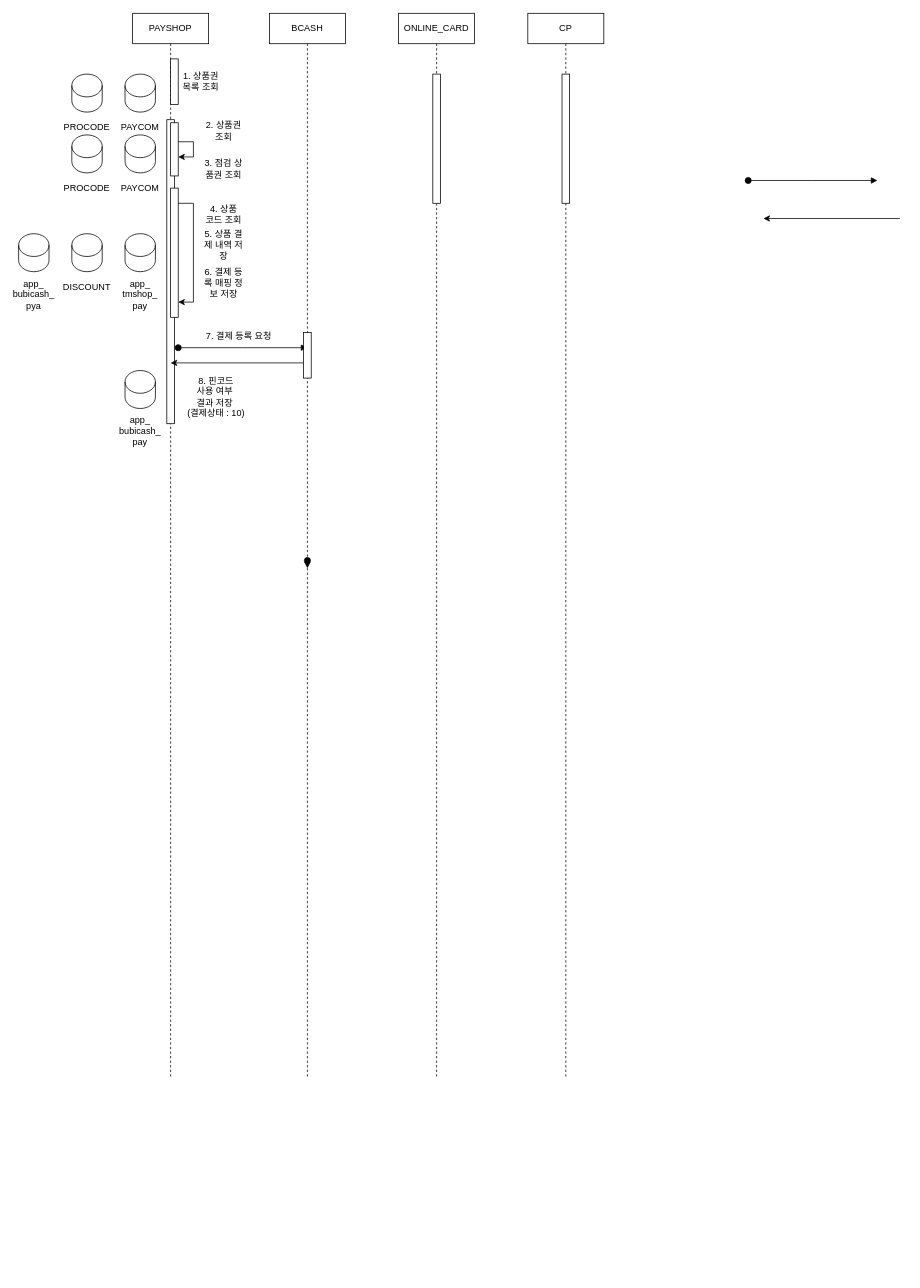
cmkxak/devRoutine-web keeps this draw.io diagram as 제목 없는 다이어그램.drawio. Above is the earlier version. Source tidied: cells renumbered, new cells numbered last; positions are measured from the earlier drawing's top-left corner, leaving out a move shared by most shapes. Both pictures are drawn from the tidied source at 76%, with x=0, y=0 at pixel (18, 13).
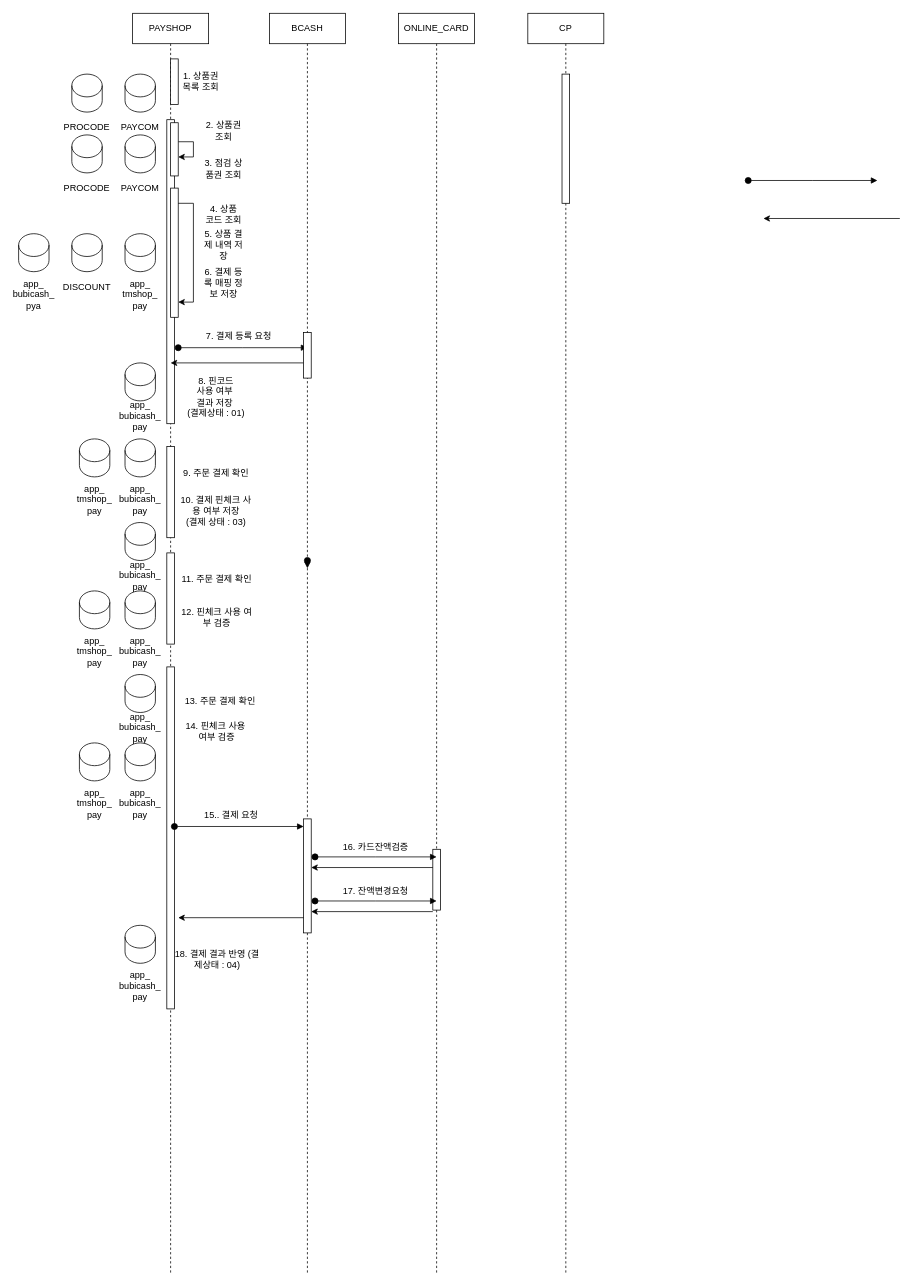
Above is the later version.

Commit message (it also covers changes not shown here):
제목 없는 다이어그램.drawio 업데이트

Diff of the diagram source:
```diff
@@
     <mxCell id="2" value="PAYSHOP" style="shape=umlLifeline;perimeter=lifelinePerimeter;whiteSpace=wrap;html=1;newEdgeStyle={&quot;edgeStyle&quot;:&quot;elbowEdgeStyle&quot;,&quot;elbow&quot;:&quot;vertical&quot;,&quot;curved&quot;:0,&quot;rounded&quot;:0};" parent="1" vertex="1">
-      <mxGeometry x="150" width="100" height="1400" as="geometry" />
+      <mxGeometry x="150" width="100" height="1660" as="geometry" />
     </mxCell>
@@
+    <mxCell id="46" style="html=1;perimeter=orthogonalPerimeter;targetShapes=umlLifeline;newEdgeStyle={&quot;edgeStyle&quot;:&quot;elbowEdgeStyle&quot;,&quot;elbow&quot;:&quot;vertical&quot;,&quot;curved&quot;:0,&quot;rounded&quot;:0};" parent="2" vertex="1">
+      <mxGeometry x="45" y="570" width="10" height="120" as="geometry" />
+    </mxCell>
+    <mxCell id="47" style="html=1;perimeter=orthogonalPerimeter;targetShapes=umlLifeline;newEdgeStyle={&quot;edgeStyle&quot;:&quot;elbowEdgeStyle&quot;,&quot;elbow&quot;:&quot;vertical&quot;,&quot;curved&quot;:0,&quot;rounded&quot;:0};" parent="2" vertex="1">
+      <mxGeometry x="45" y="710" width="10" height="120" as="geometry" />
+    </mxCell>
+    <mxCell id="48" style="html=1;perimeter=orthogonalPerimeter;targetShapes=umlLifeline;newEdgeStyle={&quot;edgeStyle&quot;:&quot;elbowEdgeStyle&quot;,&quot;elbow&quot;:&quot;vertical&quot;,&quot;curved&quot;:0,&quot;rounded&quot;:0};" parent="2" vertex="1">
+      <mxGeometry x="45" y="860" width="10" height="450" as="geometry" />
+    </mxCell>
     <mxCell id="7" value="BCASH" style="shape=umlLifeline;perimeter=lifelinePerimeter;whiteSpace=wrap;html=1;newEdgeStyle={&quot;edgeStyle&quot;:&quot;elbowEdgeStyle&quot;,&quot;elbow&quot;:&quot;vertical&quot;,&quot;curved&quot;:0,&quot;rounded&quot;:0};" parent="1" vertex="1">
-      <mxGeometry x="330" width="100" height="1400" as="geometry" />
+      <mxGeometry x="330" width="100" height="1660" as="geometry" />
     </mxCell>
+    <mxCell id="49" style="html=1;perimeter=orthogonalPerimeter;targetShapes=umlLifeline;newEdgeStyle={&quot;edgeStyle&quot;:&quot;elbowEdgeStyle&quot;,&quot;elbow&quot;:&quot;vertical&quot;,&quot;curved&quot;:0,&quot;rounded&quot;:0};" parent="7" vertex="1">
+      <mxGeometry x="45" y="1060" width="10" height="150" as="geometry" />
+    </mxCell>
     <mxCell id="8" value="CP" style="shape=umlLifeline;perimeter=lifelinePerimeter;whiteSpace=wrap;html=1;newEdgeStyle={&quot;edgeStyle&quot;:&quot;elbowEdgeStyle&quot;,&quot;elbow&quot;:&quot;vertical&quot;,&quot;curved&quot;:0,&quot;rounded&quot;:0};" parent="1" vertex="1">
-      <mxGeometry x="670" width="100" height="1400" as="geometry" />
+      <mxGeometry x="670" width="100" height="1660" as="geometry" />
     </mxCell>
@@
     <mxCell id="10" value="ONLINE_CARD" style="shape=umlLifeline;perimeter=lifelinePerimeter;whiteSpace=wrap;html=1;newEdgeStyle={&quot;edgeStyle&quot;:&quot;elbowEdgeStyle&quot;,&quot;elbow&quot;:&quot;vertical&quot;,&quot;curved&quot;:0,&quot;rounded&quot;:0};" parent="1" vertex="1">
-      <mxGeometry x="500" width="100" height="1400" as="geometry" />
+      <mxGeometry x="500" width="100" height="1660" as="geometry" />
     </mxCell>
-    <mxCell id="11" style="html=1;perimeter=orthogonalPerimeter;targetShapes=umlLifeline;newEdgeStyle={&quot;edgeStyle&quot;:&quot;elbowEdgeStyle&quot;,&quot;elbow&quot;:&quot;vertical&quot;,&quot;curved&quot;:0,&quot;rounded&quot;:0};" parent="10" vertex="1">
-      <mxGeometry x="45" y="80" width="10" height="170" as="geometry" />
-    </mxCell>
+    <mxCell id="50" style="html=1;perimeter=orthogonalPerimeter;targetShapes=umlLifeline;newEdgeStyle={&quot;edgeStyle&quot;:&quot;elbowEdgeStyle&quot;,&quot;elbow&quot;:&quot;vertical&quot;,&quot;curved&quot;:0,&quot;rounded&quot;:0};" parent="10" vertex="1">
+      <mxGeometry x="45" y="1100" width="10" height="80" as="geometry" />
+    </mxCell>
@@
-    <mxCell id="41" value="8. 핀코드&lt;div&gt;사용 여부&amp;nbsp;&lt;/div&gt;&lt;div&gt;결과 저장&amp;nbsp;&lt;/div&gt;&lt;div&gt;(결제상태 : 10)&lt;/div&gt;" style="text;html=1;align=center;verticalAlign=middle;whiteSpace=wrap;rounded=0;" parent="1" vertex="1">
+    <mxCell id="41" value="8. 핀코드&lt;div&gt;사용 여부&amp;nbsp;&lt;/div&gt;&lt;div&gt;결과 저장&amp;nbsp;&lt;/div&gt;&lt;div&gt;(결제상태 : 01)&lt;/div&gt;" style="text;html=1;align=center;verticalAlign=middle;whiteSpace=wrap;rounded=0;" parent="1" vertex="1">
       <mxGeometry x="210" y="490" width="100" height="30" as="geometry" />
     </mxCell>
@@
     <mxCell id="44" style="shape=cylinder3;whiteSpace=wrap;html=1;boundedLbl=1;backgroundOutline=1;size=15;" parent="1" vertex="1">
-      <mxGeometry x="140" y="470" width="40" height="50" as="geometry" />
+      <mxGeometry x="140" y="560" width="40" height="50" as="geometry" />
     </mxCell>
     <mxCell id="45" value="app_&lt;div&gt;bubicash_&lt;/div&gt;&lt;div&gt;pay&lt;/div&gt;" style="text;html=1;align=center;verticalAlign=middle;whiteSpace=wrap;rounded=0;" parent="1" vertex="1">
-      <mxGeometry x="140" y="540" width="40" height="20" as="geometry" />
+      <mxGeometry x="140" y="630" width="40" height="20" as="geometry" />
     </mxCell>
+    <mxCell id="51" value="9. 주문 결제 확인" style="text;html=1;align=center;verticalAlign=middle;whiteSpace=wrap;rounded=0;" parent="1" vertex="1">
+      <mxGeometry x="210" y="590" width="100" height="30" as="geometry" />
+    </mxCell>
+    <mxCell id="52" style="shape=cylinder3;whiteSpace=wrap;html=1;boundedLbl=1;backgroundOutline=1;size=15;" parent="1" vertex="1">
+      <mxGeometry x="140" y="670" width="40" height="50" as="geometry" />
+    </mxCell>
+    <mxCell id="53" value="app_&lt;div&gt;bubicash_&lt;/div&gt;&lt;div&gt;pay&lt;/div&gt;" style="text;html=1;align=center;verticalAlign=middle;whiteSpace=wrap;rounded=0;" parent="1" vertex="1">
+      <mxGeometry x="140" y="730" width="40" height="20" as="geometry" />
+    </mxCell>
+    <mxCell id="54" style="shape=cylinder3;whiteSpace=wrap;html=1;boundedLbl=1;backgroundOutline=1;size=15;" parent="1" vertex="1">
+      <mxGeometry x="80" y="560" width="40" height="50" as="geometry" />
+    </mxCell>
+    <mxCell id="55" value="app_&lt;div&gt;tmshop_&lt;/div&gt;&lt;div&gt;pay&lt;/div&gt;" style="text;html=1;align=center;verticalAlign=middle;whiteSpace=wrap;rounded=0;" parent="1" vertex="1">
+      <mxGeometry x="80" y="630" width="40" height="20" as="geometry" />
+    </mxCell>
+    <mxCell id="56" value="10. 결제 핀체크 사용 여부 저장&lt;div&gt;(결제 상태 : 03)&lt;/div&gt;" style="text;html=1;align=center;verticalAlign=middle;whiteSpace=wrap;rounded=0;" parent="1" vertex="1">
+      <mxGeometry x="210" y="640" width="100" height="30" as="geometry" />
+    </mxCell>
+    <mxCell id="57" value="11. 주문 결제 확인" style="text;html=1;align=center;verticalAlign=middle;whiteSpace=wrap;rounded=0;" parent="1" vertex="1">
+      <mxGeometry x="211" y="730" width="100" height="30" as="geometry" />
+    </mxCell>
+    <mxCell id="58" style="shape=cylinder3;whiteSpace=wrap;html=1;boundedLbl=1;backgroundOutline=1;size=15;" parent="1" vertex="1">
+      <mxGeometry x="140" y="460" width="40" height="50" as="geometry" />
+    </mxCell>
+    <mxCell id="59" value="app_&lt;div&gt;bubicash_&lt;/div&gt;&lt;div&gt;pay&lt;/div&gt;" style="text;html=1;align=center;verticalAlign=middle;whiteSpace=wrap;rounded=0;" parent="1" vertex="1">
+      <mxGeometry x="140" y="520" width="40" height="20" as="geometry" />
+    </mxCell>
+    <mxCell id="60" style="shape=cylinder3;whiteSpace=wrap;html=1;boundedLbl=1;backgroundOutline=1;size=15;" parent="1" vertex="1">
+      <mxGeometry x="80" y="760" width="40" height="50" as="geometry" />
+    </mxCell>
+    <mxCell id="61" style="shape=cylinder3;whiteSpace=wrap;html=1;boundedLbl=1;backgroundOutline=1;size=15;" parent="1" vertex="1">
+      <mxGeometry x="140" y="760" width="40" height="50" as="geometry" />
+    </mxCell>
+    <mxCell id="62" value="app_&lt;div&gt;tmshop_&lt;/div&gt;&lt;div&gt;pay&lt;/div&gt;" style="text;html=1;align=center;verticalAlign=middle;whiteSpace=wrap;rounded=0;" parent="1" vertex="1">
+      <mxGeometry x="80" y="830" width="40" height="20" as="geometry" />
+    </mxCell>
+    <mxCell id="63" value="app_&lt;div&gt;bubicash_&lt;/div&gt;&lt;div&gt;pay&lt;/div&gt;" style="text;html=1;align=center;verticalAlign=middle;whiteSpace=wrap;rounded=0;" parent="1" vertex="1">
+      <mxGeometry x="140" y="830" width="40" height="20" as="geometry" />
+    </mxCell>
+    <mxCell id="64" value="12. 핀체크 사용 여부 검증" style="text;html=1;align=center;verticalAlign=middle;whiteSpace=wrap;rounded=0;" parent="1" vertex="1">
+      <mxGeometry x="211" y="780" width="100" height="30" as="geometry" />
+    </mxCell>
+    <mxCell id="65" value="13. 주문 결제 확인" style="text;html=1;align=center;verticalAlign=middle;whiteSpace=wrap;rounded=0;" parent="1" vertex="1">
+      <mxGeometry x="211" y="890" width="109" height="30" as="geometry" />
+    </mxCell>
+    <mxCell id="66" value="14. 핀체크 사용&amp;nbsp;&lt;div&gt;여부 검증&lt;/div&gt;" style="text;html=1;align=center;verticalAlign=middle;whiteSpace=wrap;rounded=0;" parent="1" vertex="1">
+      <mxGeometry x="211" y="930" width="100" height="30" as="geometry" />
+    </mxCell>
+    <mxCell id="67" style="shape=cylinder3;whiteSpace=wrap;html=1;boundedLbl=1;backgroundOutline=1;size=15;" parent="1" vertex="1">
+      <mxGeometry x="140" y="870" width="40" height="50" as="geometry" />
+    </mxCell>
+    <mxCell id="68" value="app_&lt;div&gt;bubicash_&lt;/div&gt;&lt;div&gt;pay&lt;/div&gt;" style="text;html=1;align=center;verticalAlign=middle;whiteSpace=wrap;rounded=0;" parent="1" vertex="1">
+      <mxGeometry x="140" y="930" width="40" height="20" as="geometry" />
+    </mxCell>
+    <mxCell id="69" style="shape=cylinder3;whiteSpace=wrap;html=1;boundedLbl=1;backgroundOutline=1;size=15;" parent="1" vertex="1">
+      <mxGeometry x="80" y="960" width="40" height="50" as="geometry" />
+    </mxCell>
+    <mxCell id="70" value="app_&lt;div&gt;tmshop_&lt;/div&gt;&lt;div&gt;pay&lt;/div&gt;" style="text;html=1;align=center;verticalAlign=middle;whiteSpace=wrap;rounded=0;" parent="1" vertex="1">
+      <mxGeometry x="80" y="1030" width="40" height="20" as="geometry" />
+    </mxCell>
+    <mxCell id="71" value="app_&lt;div&gt;bubicash_&lt;/div&gt;&lt;div&gt;pay&lt;/div&gt;" style="text;html=1;align=center;verticalAlign=middle;whiteSpace=wrap;rounded=0;" parent="1" vertex="1">
+      <mxGeometry x="140" y="1030" width="40" height="20" as="geometry" />
+    </mxCell>
+    <mxCell id="72" style="shape=cylinder3;whiteSpace=wrap;html=1;boundedLbl=1;backgroundOutline=1;size=15;" parent="1" vertex="1">
+      <mxGeometry x="140" y="960" width="40" height="50" as="geometry" />
+    </mxCell>
+    <mxCell id="73" value="15.. 결제 요청" style="text;html=1;align=center;verticalAlign=middle;whiteSpace=wrap;rounded=0;" parent="1" vertex="1">
+      <mxGeometry x="230" y="1040" width="100" height="30" as="geometry" />
+    </mxCell>
+    <mxCell id="74" style="html=1;verticalAlign=bottom;startArrow=oval;endArrow=block;startSize=8;edgeStyle=elbowEdgeStyle;elbow=vertical;curved=0;rounded=0;" parent="1" edge="1">
+      <mxGeometry relative="1" as="geometry">
+        <mxPoint x="205" y="1070" as="sourcePoint" />
+        <mxPoint x="375" y="1070" as="targetPoint" />
+      </mxGeometry>
+    </mxCell>
+    <mxCell id="75" style="html=1;verticalAlign=bottom;startArrow=oval;endArrow=block;startSize=8;edgeStyle=elbowEdgeStyle;elbow=vertical;curved=0;rounded=0;" parent="1" edge="1">
+      <mxGeometry relative="1" as="geometry">
+        <mxPoint x="390" y="1110" as="sourcePoint" />
+        <mxPoint x="550" y="1110" as="targetPoint" />
+      </mxGeometry>
+    </mxCell>
+    <mxCell id="76" value="16. 카드잔액검증" style="text;html=1;align=center;verticalAlign=middle;whiteSpace=wrap;rounded=0;" parent="1" vertex="1">
+      <mxGeometry x="420" y="1082" width="100" height="30" as="geometry" />
+    </mxCell>
+    <mxCell id="77" style="endArrow=classic;html=1;rounded=0;" parent="1" edge="1">
+      <mxGeometry relative="1" as="geometry">
+        <mxPoint x="545" y="1124" as="sourcePoint" />
+        <mxPoint x="385" y="1124" as="targetPoint" />
+      </mxGeometry>
+    </mxCell>
+    <mxCell id="78" style="html=1;verticalAlign=bottom;startArrow=oval;endArrow=block;startSize=8;edgeStyle=elbowEdgeStyle;elbow=vertical;curved=0;rounded=0;" parent="1" edge="1">
+      <mxGeometry relative="1" as="geometry">
+        <mxPoint x="390" y="1168" as="sourcePoint" />
+        <mxPoint x="550" y="1168" as="targetPoint" />
+      </mxGeometry>
+    </mxCell>
+    <mxCell id="79" style="endArrow=classic;html=1;rounded=0;" parent="1" edge="1">
+      <mxGeometry relative="1" as="geometry">
+        <mxPoint x="545" y="1182" as="sourcePoint" />
+        <mxPoint x="385" y="1182" as="targetPoint" />
+      </mxGeometry>
+    </mxCell>
+    <mxCell id="80" value="17. 잔액변경요청" style="text;html=1;align=center;verticalAlign=middle;whiteSpace=wrap;rounded=0;" parent="1" vertex="1">
+      <mxGeometry x="420" y="1140" width="100" height="30" as="geometry" />
+    </mxCell>
+    <mxCell id="81" style="endArrow=classic;html=1;rounded=0;" parent="1" edge="1">
+      <mxGeometry relative="1" as="geometry">
+        <mxPoint x="375" y="1190" as="sourcePoint" />
+        <mxPoint x="210" y="1190" as="targetPoint" />
+      </mxGeometry>
+    </mxCell>
+    <mxCell id="82" style="shape=cylinder3;whiteSpace=wrap;html=1;boundedLbl=1;backgroundOutline=1;size=15;" parent="1" vertex="1">
+      <mxGeometry x="140" y="1200" width="40" height="50" as="geometry" />
+    </mxCell>
+    <mxCell id="83" value="app_&lt;div&gt;bubicash_&lt;/div&gt;&lt;div&gt;pay&lt;/div&gt;" style="text;html=1;align=center;verticalAlign=middle;whiteSpace=wrap;rounded=0;" parent="1" vertex="1">
+      <mxGeometry x="140" y="1270" width="40" height="20" as="geometry" />
+    </mxCell>
+    <mxCell id="84" value="18. 결제 결과 반영 (결제상태 : 04)" style="text;html=1;align=center;verticalAlign=middle;whiteSpace=wrap;rounded=0;" parent="1" vertex="1">
+      <mxGeometry x="201.5" y="1230" width="119" height="30" as="geometry" />
+    </mxCell>
```
